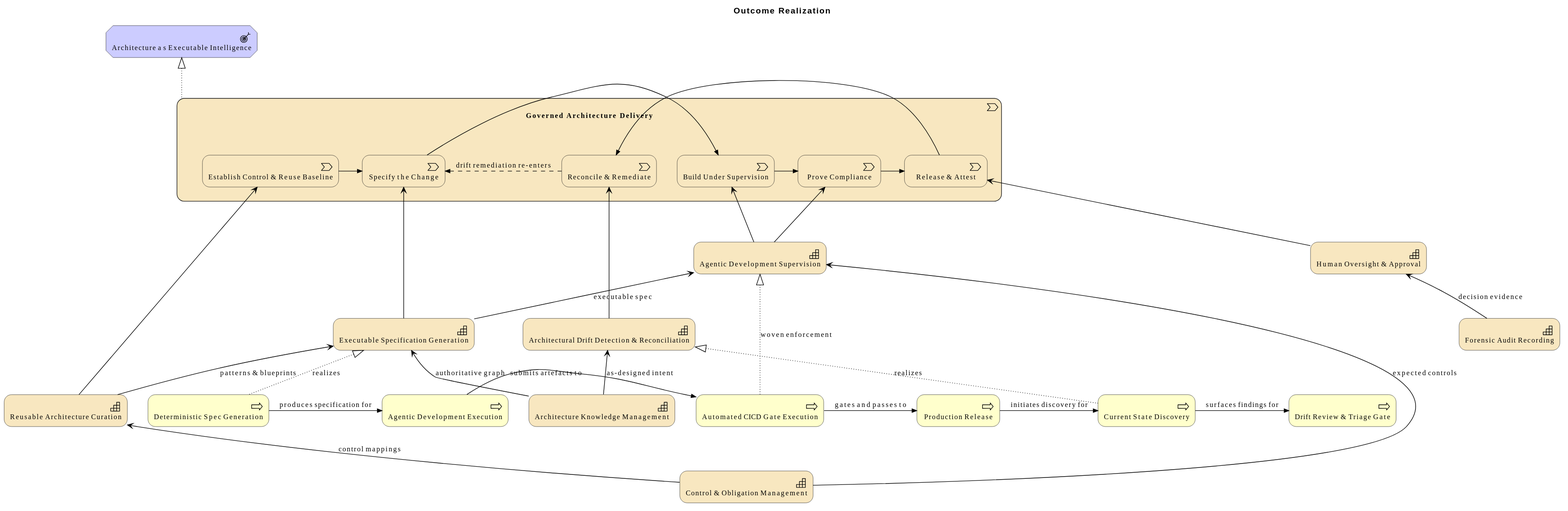
This is architecture/model/diagrams/vision/outcome-realization.svg from wolffy-au/frictionless-architect, a PlantUML export, as it was before one commit. The source it was exported from:
```plantuml
@startuml
!include <archimate/Archimate>

title Outcome Realization

Motivation_Outcome(e_idfbcf1e02e62655, "Architecture as Executable Intelligence")
Strategy_Capability(e_id18ec07397a9d5f, "Architecture Knowledge Management")
Strategy_Capability(e_idafba1b4ab1e756, "Executable Specification Generation")
Strategy_Capability(e_id4a1c34ab69d151, "Agentic Development Supervision")
Strategy_Capability(e_idc29413a2099958, "Forensic Audit Recording")
Strategy_Capability(e_id41aa3eb894c852, "Architectural Drift Detection & Reconciliation")
Strategy_Capability(e_id08f340a094e552, "Human Oversight & Approval")
Strategy_Capability(e_id72468b5b403450, "Control & Obligation Management")
Strategy_Capability(e_id752d1de3794f5f, "Reusable Architecture Curation")
Strategy_ValueStream(e_idcd5e1d4017725d, "Governed Architecture Delivery") {
  Strategy_ValueStream(e_id447909387df55c, "Establish Control & Reuse Baseline")
  Strategy_ValueStream(e_id01dab436206551, "Specify the Change")
  Strategy_ValueStream(e_id36fbfe00214758, "Build Under Supervision")
  Strategy_ValueStream(e_idb542830057125a, "Prove Compliance")
  Strategy_ValueStream(e_idf362f39778065d, "Release & Attest")
  Strategy_ValueStream(e_iddd4585a6a08153, "Reconcile & Remediate")
}
Business_Process(e_id65467a0befb959, "Deterministic Spec Generation")
Business_Process(e_id0ee6a752deff52, "Agentic Development Execution")
Business_Process(e_id799f46ebb7e15b, "Automated CICD Gate Execution")
Business_Process(e_id9459a13c29ec5d, "Production Release")
Business_Process(e_id3a7a27eefeb751, "Current State Discovery")
Business_Process(e_id33612ed603b85e, "Drift Review & Triage Gate")

Rel_Realization_Up(e_idcd5e1d4017725d, e_idfbcf1e02e62655, "")
Rel_Serving_Up(e_id752d1de3794f5f, e_id447909387df55c, "")
Rel_Serving_Up(e_idafba1b4ab1e756, e_id01dab436206551, "")
Rel_Serving_Up(e_id4a1c34ab69d151, e_id36fbfe00214758, "")
Rel_Serving_Up(e_id4a1c34ab69d151, e_idb542830057125a, "")
Rel_Serving_Up(e_id08f340a094e552, e_idf362f39778065d, "")
Rel_Serving_Up(e_id41aa3eb894c852, e_iddd4585a6a08153, "")
Rel_Triggering_Right(e_id447909387df55c, e_id01dab436206551, "")
Rel_Triggering_Right(e_id01dab436206551, e_id36fbfe00214758, "")
Rel_Triggering_Right(e_id36fbfe00214758, e_idb542830057125a, "")
Rel_Triggering_Right(e_idb542830057125a, e_idf362f39778065d, "")
Rel_Triggering_Right(e_idf362f39778065d, e_iddd4585a6a08153, "")
Rel_Flow_Right(e_iddd4585a6a08153, e_id01dab436206551, "drift remediation re-enters")
Rel_Serving_Up(e_id18ec07397a9d5f, e_idafba1b4ab1e756, "authoritative graph")
Rel_Serving_Up(e_id18ec07397a9d5f, e_id41aa3eb894c852, "as-designed intent")
Rel_Serving_Up(e_id752d1de3794f5f, e_idafba1b4ab1e756, "patterns & blueprints")
Rel_Serving_Up(e_id72468b5b403450, e_id752d1de3794f5f, "control mappings")
Rel_Serving_Up(e_id72468b5b403450, e_id4a1c34ab69d151, "expected controls")
Rel_Serving_Up(e_idafba1b4ab1e756, e_id4a1c34ab69d151, "executable spec")
Rel_Serving_Up(e_idc29413a2099958, e_id08f340a094e552, "decision evidence")
Rel_Realization_Up(e_id65467a0befb959, e_idafba1b4ab1e756, "realizes")
Rel_Realization_Up(e_id799f46ebb7e15b, e_id4a1c34ab69d151, "woven enforcement")
Rel_Realization_Up(e_id3a7a27eefeb751, e_id41aa3eb894c852, "realizes")
Rel_Triggering_Right(e_id65467a0befb959, e_id0ee6a752deff52, "produces specification for")
Rel_Triggering_Right(e_id0ee6a752deff52, e_id799f46ebb7e15b, "submits artefacts to")
Rel_Triggering_Right(e_id799f46ebb7e15b, e_id9459a13c29ec5d, "gates and passes to")
Rel_Triggering_Right(e_id9459a13c29ec5d, e_id3a7a27eefeb751, "initiates discovery for")
Rel_Triggering_Right(e_id3a7a27eefeb751, e_id33612ed603b85e, "surfaces findings for")
@enduml
```
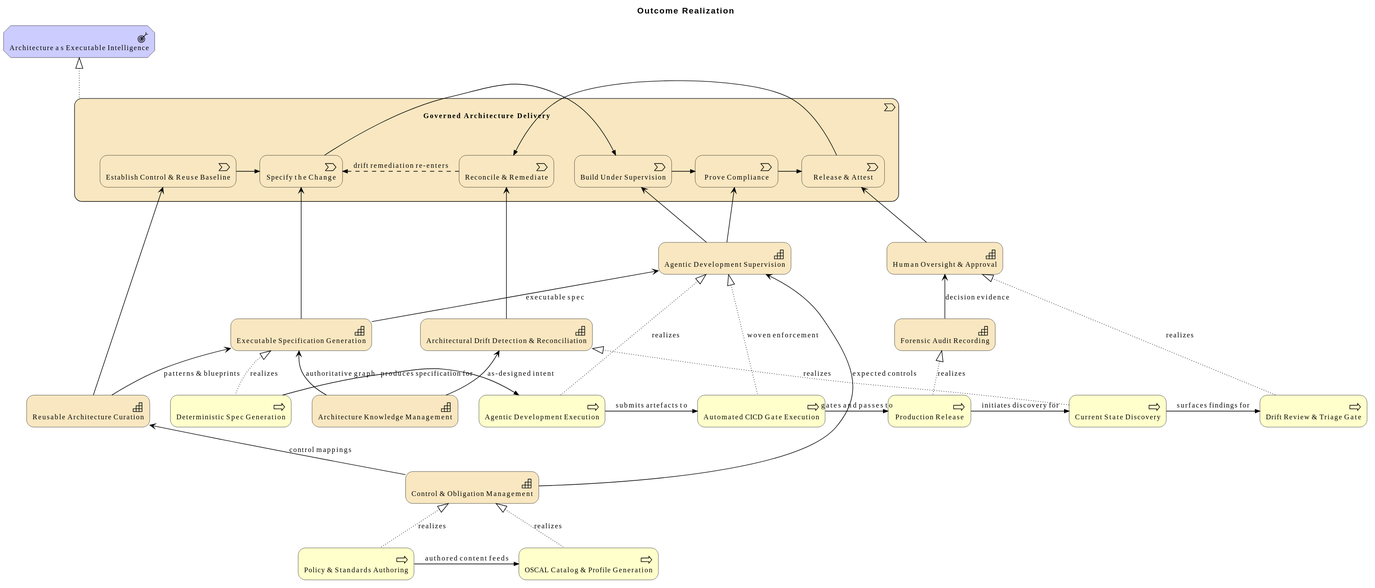
After the commit.

Commit message:
feat(model): add business-layer controls & compliance catalog flow

Diff of the diagram source:
```diff
@@ -26,6 +26,8 @@
 Business_Process(e_id9459a13c29ec5d, "Production Release")
 Business_Process(e_id3a7a27eefeb751, "Current State Discovery")
 Business_Process(e_id33612ed603b85e, "Drift Review & Triage Gate")
+Business_Process(e_id14fa9f783d5350, "Policy & Standards Authoring")
+Business_Process(e_idfeca8b2013795e, "OSCAL Catalog & Profile Generation")
 
 Rel_Realization_Up(e_idcd5e1d4017725d, e_idfbcf1e02e62655, "")
 Rel_Serving_Up(e_id752d1de3794f5f, e_id447909387df55c, "")
@@ -50,9 +52,15 @@
 Rel_Realization_Up(e_id65467a0befb959, e_idafba1b4ab1e756, "realizes")
 Rel_Realization_Up(e_id799f46ebb7e15b, e_id4a1c34ab69d151, "woven enforcement")
 Rel_Realization_Up(e_id3a7a27eefeb751, e_id41aa3eb894c852, "realizes")
+Rel_Realization_Up(e_id14fa9f783d5350, e_id72468b5b403450, "realizes")
+Rel_Realization_Up(e_idfeca8b2013795e, e_id72468b5b403450, "realizes")
+Rel_Realization_Up(e_id0ee6a752deff52, e_id4a1c34ab69d151, "realizes")
+Rel_Realization_Up(e_id9459a13c29ec5d, e_idc29413a2099958, "realizes")
+Rel_Realization_Up(e_id33612ed603b85e, e_id08f340a094e552, "realizes")
 Rel_Triggering_Right(e_id65467a0befb959, e_id0ee6a752deff52, "produces specification for")
 Rel_Triggering_Right(e_id0ee6a752deff52, e_id799f46ebb7e15b, "submits artefacts to")
 Rel_Triggering_Right(e_id799f46ebb7e15b, e_id9459a13c29ec5d, "gates and passes to")
 Rel_Triggering_Right(e_id9459a13c29ec5d, e_id3a7a27eefeb751, "initiates discovery for")
 Rel_Triggering_Right(e_id3a7a27eefeb751, e_id33612ed603b85e, "surfaces findings for")
+Rel_Triggering_Right(e_id14fa9f783d5350, e_idfeca8b2013795e, "authored content feeds")
 @enduml
```
